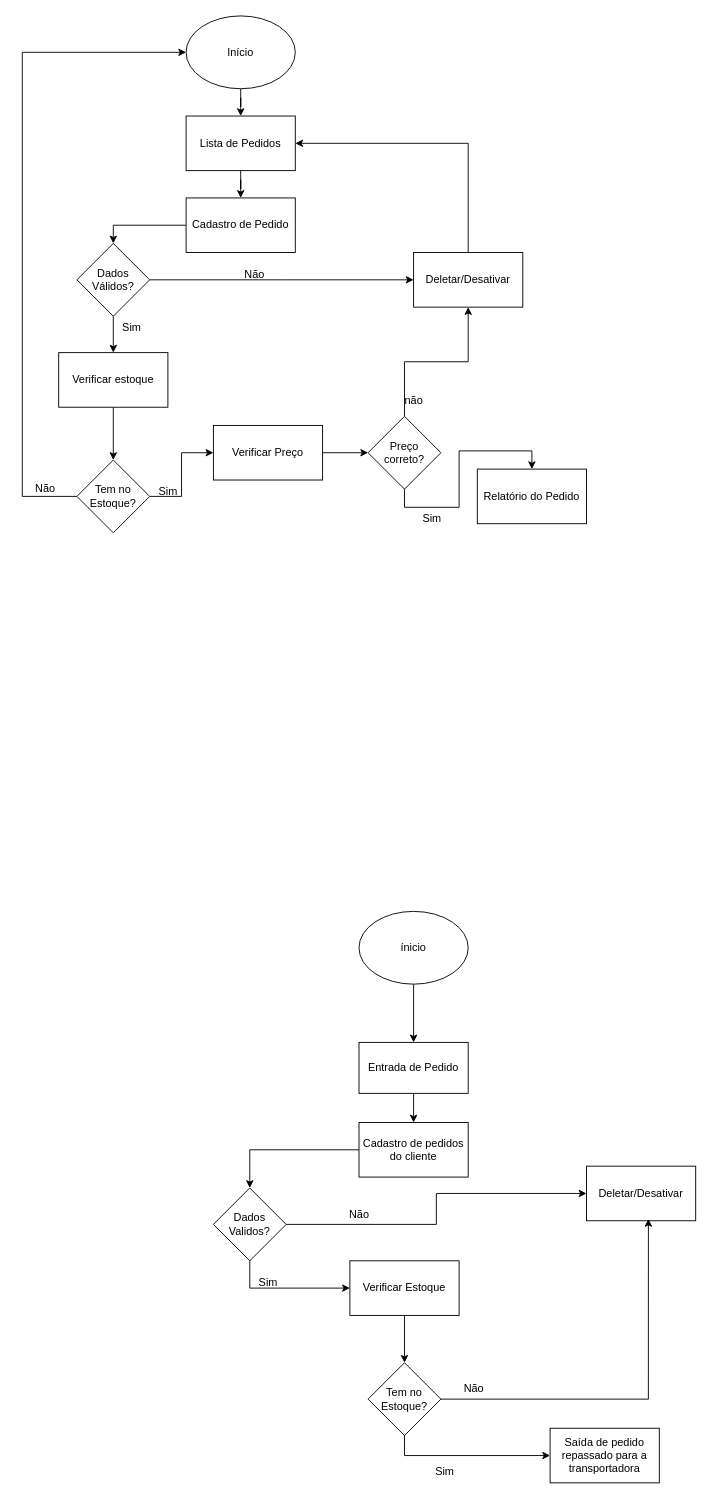
Earlier version of the draw.io diagram equipek.drawio (anycarolini21/equipeK). Source tidied: cells renumbered, new cells numbered last; positions are measured from the earlier drawing's top-left corner, leaving out a move shared by most shapes. Both pictures are drawn from the tidied source at 91%, with x=0, y=0 at pixel (22, 15).
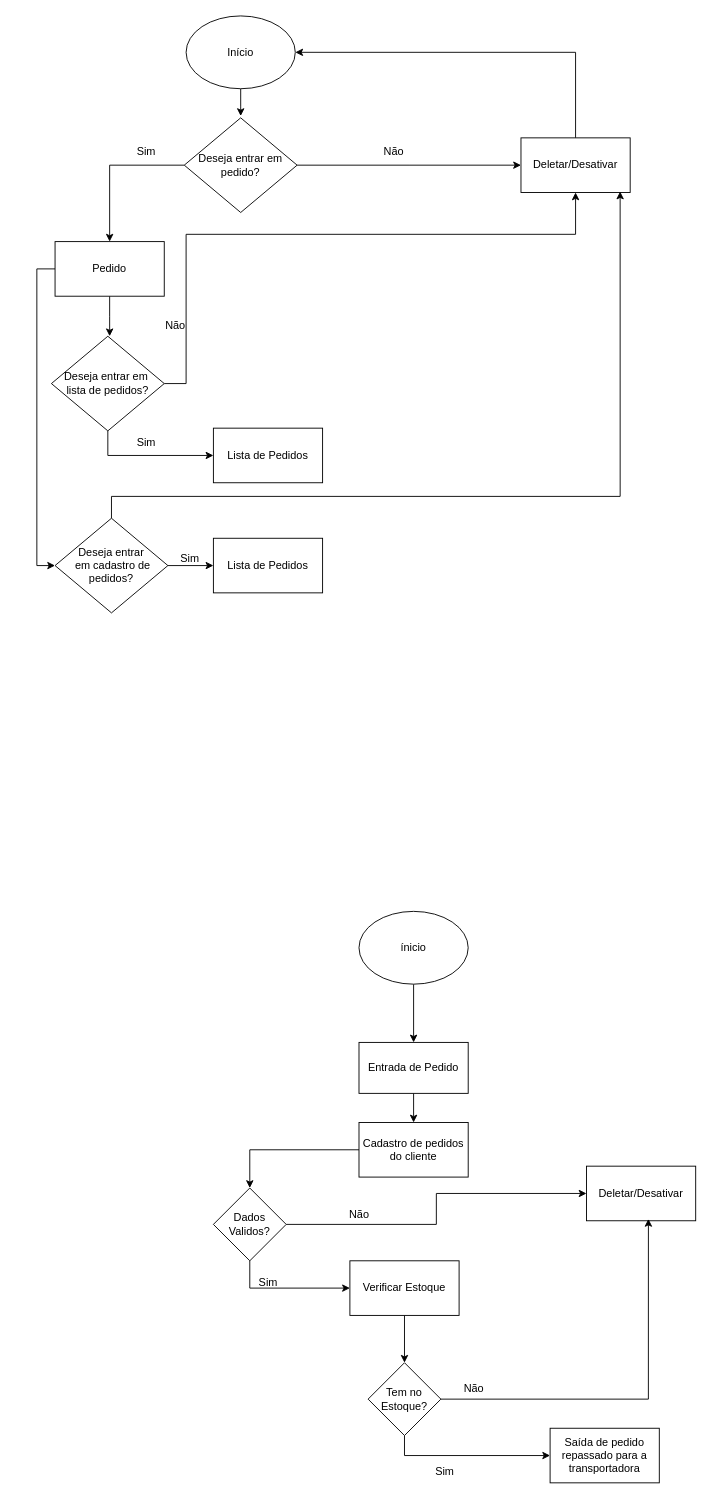
After the change.

Commit message:
arrumando o fluxograma

The change refers to these unchanged cells:
```xml
<mxCell id="3" value="Início" style="ellipse;whiteSpace=wrap;html=1;" parent="1" vertex="1">
  <mxGeometry x="180" width="120" height="80" as="geometry" />
</mxCell>
```

The edit, as a diff of the source:
```diff
@@
-    <mxCell id="2" style="edgeStyle=orthogonalEdgeStyle;rounded=0;jettySize=auto;html=1;" parent="1" edge="1" source="3" target="7">
-      <mxGeometry relative="1" as="geometry" />
+    <mxCell id="2" style="edgeStyle=orthogonalEdgeStyle;rounded=0;jettySize=auto;html=1;" parent="1" edge="1" source="3">
+      <mxGeometry relative="1" as="geometry">
+        <mxPoint x="240" y="110" as="targetPoint" />
+      </mxGeometry>
     </mxCell>
@@
-    <mxCell id="4" style="edgeStyle=orthogonalEdgeStyle;rounded=0;jettySize=auto;html=1;exitX=0;exitY=0.5;exitDx=0;exitDy=0;entryX=0.5;entryY=0;entryDx=0;entryDy=0;" parent="1" edge="1" source="5" target="22">
-      <mxGeometry relative="1" as="geometry" />
-    </mxCell>
-    <mxCell id="5" value="Cadastro de Pedido" style="rounded=0;whiteSpace=wrap;html=1;" parent="1" vertex="1">
-      <mxGeometry x="180" y="200" width="120" height="60" as="geometry" />
-    </mxCell>
-    <mxCell id="6" style="edgeStyle=orthogonalEdgeStyle;rounded=0;jettySize=auto;html=1;" parent="1" edge="1" source="7" target="5">
-      <mxGeometry relative="1" as="geometry" />
-    </mxCell>
-    <mxCell id="7" value="Lista de Pedidos" style="rounded=0;whiteSpace=wrap;html=1;" parent="1" vertex="1">
-      <mxGeometry x="180" y="110" width="120" height="60" as="geometry" />
-    </mxCell>
-    <mxCell id="8" style="edgeStyle=orthogonalEdgeStyle;rounded=0;jettySize=auto;html=1;exitX=0.5;exitY=1;exitDx=0;exitDy=0;entryX=0.5;entryY=0;entryDx=0;entryDy=0;" parent="1" edge="1" source="9" target="12">
-      <mxGeometry relative="1" as="geometry" />
-    </mxCell>
-    <mxCell id="9" value="Verificar estoque" style="rounded=0;whiteSpace=wrap;html=1;" parent="1" vertex="1">
-      <mxGeometry x="40" y="370" width="120" height="60" as="geometry" />
-    </mxCell>
-    <mxCell id="10" style="edgeStyle=orthogonalEdgeStyle;rounded=0;jettySize=auto;html=1;exitX=1;exitY=0.5;exitDx=0;exitDy=0;entryX=0;entryY=0.5;entryDx=0;entryDy=0;" parent="1" edge="1" source="12" target="14">
-      <mxGeometry relative="1" as="geometry" />
-    </mxCell>
-    <mxCell id="11" style="edgeStyle=orthogonalEdgeStyle;rounded=0;jettySize=auto;html=1;exitX=0;exitY=0.5;exitDx=0;exitDy=0;entryX=0;entryY=0.5;entryDx=0;entryDy=0;" parent="1" edge="1" source="12" target="3">
-      <mxGeometry relative="1" as="geometry">
-        <Array as="points">
-          <mxPoint y="528" />
-          <mxPoint y="40" />
-        </Array>
-      </mxGeometry>
-    </mxCell>
-    <mxCell id="12" value="Tem no Estoque?" style="rhombus;whiteSpace=wrap;html=1;" parent="1" vertex="1">
-      <mxGeometry x="60" y="488" width="80" height="80" as="geometry" />
-    </mxCell>
-    <mxCell id="13" style="edgeStyle=orthogonalEdgeStyle;rounded=0;jettySize=auto;html=1;exitX=1;exitY=0.5;exitDx=0;exitDy=0;" parent="1" edge="1" source="14" target="17">
-      <mxGeometry relative="1" as="geometry" />
-    </mxCell>
-    <mxCell id="14" value="Verificar Preço" style="rounded=0;whiteSpace=wrap;html=1;" parent="1" vertex="1">
-      <mxGeometry x="210" y="450" width="120" height="60" as="geometry" />
-    </mxCell>
-    <mxCell id="15" style="edgeStyle=orthogonalEdgeStyle;rounded=0;jettySize=auto;html=1;exitX=0.5;exitY=1;exitDx=0;exitDy=0;entryX=0.5;entryY=0;entryDx=0;entryDy=0;" parent="1" edge="1" source="17" target="18">
-      <mxGeometry relative="1" as="geometry" />
-    </mxCell>
-    <mxCell id="16" style="edgeStyle=orthogonalEdgeStyle;rounded=0;jettySize=auto;html=1;exitX=0.5;exitY=0;exitDx=0;exitDy=0;entryX=0.5;entryY=1;entryDx=0;entryDy=0;" parent="1" edge="1" source="17" target="25">
-      <mxGeometry relative="1" as="geometry" />
-    </mxCell>
-    <mxCell id="17" value="Preço correto?" style="rhombus;whiteSpace=wrap;html=1;" parent="1" vertex="1">
-      <mxGeometry x="380" y="440" width="80" height="80" as="geometry" />
-    </mxCell>
-    <mxCell id="18" value="Relatório do Pedido" style="rounded=0;whiteSpace=wrap;html=1;" parent="1" vertex="1">
-      <mxGeometry x="500" y="498" width="120" height="60" as="geometry" />
-    </mxCell>
-    <mxCell id="19" value="Sim" style="text;html=1;align=center;verticalAlign=middle;strokeColor=none;fillColor=none;" parent="1" vertex="1">
-      <mxGeometry x="430" y="538" width="40" height="30" as="geometry" />
-    </mxCell>
-    <mxCell id="20" style="edgeStyle=orthogonalEdgeStyle;rounded=0;jettySize=auto;html=1;exitX=0.5;exitY=1;exitDx=0;exitDy=0;entryX=0.5;entryY=0;entryDx=0;entryDy=0;" parent="1" edge="1" source="22" target="9">
-      <mxGeometry relative="1" as="geometry" />
-    </mxCell>
-    <mxCell id="21" style="edgeStyle=orthogonalEdgeStyle;rounded=0;jettySize=auto;html=1;exitX=1;exitY=0.5;exitDx=0;exitDy=0;" parent="1" edge="1" source="22">
-      <mxGeometry relative="1" as="geometry">
-        <mxPoint x="430" y="290" as="targetPoint" />
-      </mxGeometry>
-    </mxCell>
-    <mxCell id="22" value="Dados Válidos?" style="rhombus;whiteSpace=wrap;html=1;" parent="1" vertex="1">
-      <mxGeometry x="60" y="250" width="80" height="80" as="geometry" />
-    </mxCell>
-    <mxCell id="23" value="Sim" style="text;html=1;align=center;verticalAlign=middle;strokeColor=none;fillColor=none;" parent="1" vertex="1">
-      <mxGeometry x="100" y="328" width="40" height="30" as="geometry" />
-    </mxCell>
-    <mxCell id="24" style="edgeStyle=orthogonalEdgeStyle;rounded=0;jettySize=auto;html=1;exitX=0.5;exitY=0;exitDx=0;exitDy=0;entryX=1;entryY=0.5;entryDx=0;entryDy=0;" parent="1" edge="1" source="25" target="7">
-      <mxGeometry relative="1" as="geometry" />
-    </mxCell>
-    <mxCell id="25" value="Deletar/Desativar" style="rounded=0;whiteSpace=wrap;html=1;" parent="1" vertex="1">
-      <mxGeometry x="430" y="260" width="120" height="60" as="geometry" />
-    </mxCell>
-    <mxCell id="26" value="Não" style="text;html=1;align=center;verticalAlign=middle;strokeColor=none;fillColor=none;" parent="1" vertex="1">
-      <mxGeometry x="230" y="270" width="50" height="30" as="geometry" />
-    </mxCell>
-    <mxCell id="27" value="Sim" style="text;html=1;align=center;verticalAlign=middle;strokeColor=none;fillColor=none;" parent="1" vertex="1">
-      <mxGeometry x="140" y="508" width="40" height="30" as="geometry" />
-    </mxCell>
-    <mxCell id="28" value="Não" style="text;html=1;align=center;verticalAlign=middle;strokeColor=none;fillColor=none;" parent="1" vertex="1">
-      <mxGeometry y="505" width="50" height="30" as="geometry" />
-    </mxCell>
-    <mxCell id="29" value="não" style="text;html=1;align=center;verticalAlign=middle;strokeColor=none;fillColor=none;" parent="1" vertex="1">
-      <mxGeometry x="410" y="408" width="40" height="30" as="geometry" />
-    </mxCell>
@@
+    <mxCell id="50" style="edgeStyle=orthogonalEdgeStyle;rounded=0;jettySize=auto;html=1;entryX=0.5;entryY=0;entryDx=0;entryDy=0;" parent="1" edge="1" source="52" target="55">
+      <mxGeometry relative="1" as="geometry" />
+    </mxCell>
+    <mxCell id="51" style="edgeStyle=orthogonalEdgeStyle;rounded=0;jettySize=auto;html=1;" parent="1" edge="1" source="52">
+      <mxGeometry relative="1" as="geometry">
+        <mxPoint x="548" y="164" as="targetPoint" />
+      </mxGeometry>
+    </mxCell>
+    <mxCell id="52" value="Deseja entrar em pedido?" style="rhombus;whiteSpace=wrap;html=1;" parent="1" vertex="1">
+      <mxGeometry x="178" y="112" width="124" height="104" as="geometry" />
+    </mxCell>
+    <mxCell id="53" style="edgeStyle=orthogonalEdgeStyle;rounded=0;jettySize=auto;html=1;" parent="1" edge="1" source="55">
+      <mxGeometry relative="1" as="geometry">
+        <mxPoint x="96" y="352" as="targetPoint" />
+      </mxGeometry>
+    </mxCell>
+    <mxCell id="54" style="edgeStyle=orthogonalEdgeStyle;rounded=0;jettySize=auto;html=1;exitX=0;exitY=0.5;exitDx=0;exitDy=0;entryX=0;entryY=0.5;entryDx=0;entryDy=0;" parent="1" edge="1" source="55" target="65">
+      <mxGeometry relative="1" as="geometry" />
+    </mxCell>
+    <mxCell id="55" value="Pedido" style="rounded=0;whiteSpace=wrap;html=1;" parent="1" vertex="1">
+      <mxGeometry x="36" y="248" width="120" height="60" as="geometry" />
+    </mxCell>
+    <mxCell id="56" value="Sim" style="text;html=1;align=center;verticalAlign=middle;strokeColor=none;fillColor=none;" parent="1" vertex="1">
+      <mxGeometry x="116" y="133" width="40" height="32" as="geometry" />
+    </mxCell>
+    <mxCell id="57" style="edgeStyle=orthogonalEdgeStyle;rounded=0;jettySize=auto;html=1;exitX=0.5;exitY=0;exitDx=0;exitDy=0;entryX=1;entryY=0.5;entryDx=0;entryDy=0;" parent="1" edge="1" source="25" target="3">
+      <mxGeometry relative="1" as="geometry" />
+    </mxCell>
+    <mxCell id="25" value="Deletar/Desativar" style="rounded=0;whiteSpace=wrap;html=1;" parent="1" vertex="1">
+      <mxGeometry x="548" y="134" width="120" height="60" as="geometry" />
+    </mxCell>
+    <mxCell id="58" value="Não" style="text;html=1;align=center;verticalAlign=middle;strokeColor=none;fillColor=none;" parent="1" vertex="1">
+      <mxGeometry x="388" y="133" width="40" height="32" as="geometry" />
+    </mxCell>
+    <mxCell id="59" style="edgeStyle=orthogonalEdgeStyle;rounded=0;jettySize=auto;html=1;exitX=1;exitY=0.5;exitDx=0;exitDy=0;entryX=0.5;entryY=1;entryDx=0;entryDy=0;" parent="1" edge="1" source="61" target="25">
+      <mxGeometry relative="1" as="geometry">
+        <Array as="points">
+          <mxPoint x="180" y="404" />
+          <mxPoint x="180" y="240" />
+          <mxPoint x="608" y="240" />
+        </Array>
+      </mxGeometry>
+    </mxCell>
+    <mxCell id="60" style="edgeStyle=orthogonalEdgeStyle;rounded=0;jettySize=auto;html=1;exitX=0.5;exitY=1;exitDx=0;exitDy=0;entryX=0;entryY=0.5;entryDx=0;entryDy=0;" parent="1" edge="1" source="61" target="63">
+      <mxGeometry relative="1" as="geometry" />
+    </mxCell>
+    <mxCell id="61" value="Deseja entrar em&amp;nbsp;&lt;div&gt;lista de pedidos?&lt;/div&gt;" style="rhombus;whiteSpace=wrap;html=1;" parent="1" vertex="1">
+      <mxGeometry x="32" y="352" width="124" height="104" as="geometry" />
+    </mxCell>
+    <mxCell id="62" value="Não" style="text;html=1;align=center;verticalAlign=middle;strokeColor=none;fillColor=none;" parent="1" vertex="1">
+      <mxGeometry x="148" y="325" width="40" height="32" as="geometry" />
+    </mxCell>
+    <mxCell id="63" value="Lista de Pedidos" style="rounded=0;whiteSpace=wrap;html=1;" parent="1" vertex="1">
+      <mxGeometry x="210" y="453" width="120" height="60" as="geometry" />
+    </mxCell>
+    <mxCell id="64" style="edgeStyle=orthogonalEdgeStyle;rounded=0;jettySize=auto;html=1;exitX=1;exitY=0.5;exitDx=0;exitDy=0;entryX=0;entryY=0.5;entryDx=0;entryDy=0;" parent="1" edge="1" source="65" target="67">
+      <mxGeometry relative="1" as="geometry" />
+    </mxCell>
+    <mxCell id="65" value="Deseja entrar&lt;div&gt;&amp;nbsp;em cadastro de pedidos?&lt;/div&gt;" style="rhombus;whiteSpace=wrap;html=1;" parent="1" vertex="1">
+      <mxGeometry x="36" y="552" width="124" height="104" as="geometry" />
+    </mxCell>
+    <mxCell id="66" value="Sim" style="text;html=1;align=center;verticalAlign=middle;strokeColor=none;fillColor=none;" parent="1" vertex="1">
+      <mxGeometry x="116" y="453" width="40" height="32" as="geometry" />
+    </mxCell>
+    <mxCell id="67" value="Lista de Pedidos" style="rounded=0;whiteSpace=wrap;html=1;" parent="1" vertex="1">
+      <mxGeometry x="210" y="574" width="120" height="60" as="geometry" />
+    </mxCell>
+    <mxCell id="68" value="Sim" style="text;html=1;align=center;verticalAlign=middle;strokeColor=none;fillColor=none;" parent="1" vertex="1">
+      <mxGeometry x="164" y="581" width="40" height="32" as="geometry" />
+    </mxCell>
+    <mxCell id="69" style="edgeStyle=orthogonalEdgeStyle;rounded=0;jettySize=auto;html=1;exitX=0.5;exitY=0;exitDx=0;exitDy=0;entryX=0.908;entryY=0.983;entryDx=0;entryDy=0;entryPerimeter=0;" parent="1" edge="1" source="65" target="25">
+      <mxGeometry relative="1" as="geometry">
+        <Array as="points">
+          <mxPoint x="98" y="528" />
+          <mxPoint x="657" y="528" />
+        </Array>
+      </mxGeometry>
+    </mxCell>
```
